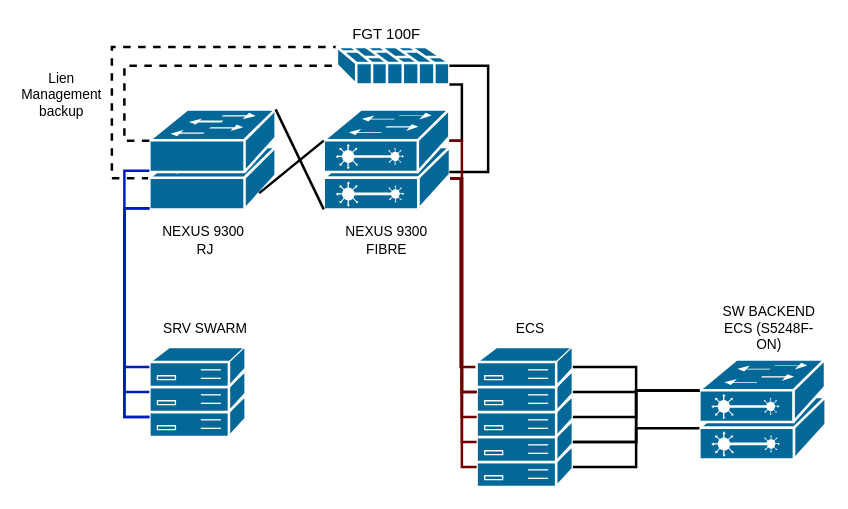
Above: schémabaiemarseille.drawio in titiuv24/diagrammes (draw.io), before the change. Source tidied: cells renumbered, new cells numbered last; positions are measured from the earlier drawing's top-left corner, leaving out a move shared by most shapes. Both pictures are drawn from the tidied source at 125%, with x=0, y=0 at pixel (24, 21).
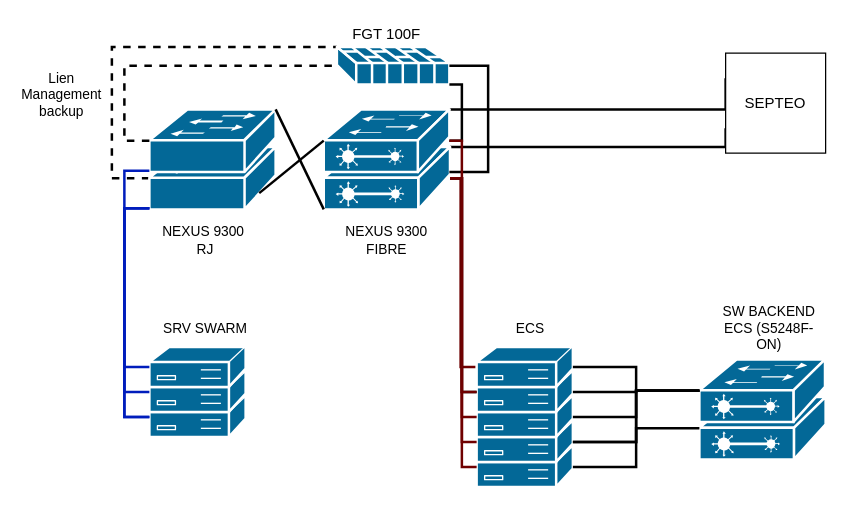
The same diagram, later.

Commit message:
Mettre à jour schémabaiemarseille.drawio

Unchanged cells that the change refers to:
```xml
<mxCell id="9" style="shape=mxgraph.cisco.switches.layer_2_remote_switch;sketch=0;html=1;dashed=0;fillColor=#036897;strokeColor=#ffffff;strokeWidth=2;verticalLabelPosition=bottom;verticalAlign=top;align=center;outlineConnect=0;" parent="1" vertex="1">
  <mxGeometry x="239.5" y="100" width="101" height="50" as="geometry" />
</mxCell>
<mxCell id="10" style="shape=mxgraph.cisco.switches.layer_2_remote_switch;sketch=0;html=1;dashed=0;fillColor=#036897;strokeColor=#ffffff;strokeWidth=2;verticalLabelPosition=bottom;verticalAlign=top;align=center;outlineConnect=0;" parent="1" vertex="1">
  <mxGeometry x="239.5" y="70" width="100.5" height="50" as="geometry" />
</mxCell>
```

Change to the diagram source:
```diff
@@
+    <mxCell id="46" style="edgeStyle=orthogonalEdgeStyle;shape=connector;rounded=0;jettySize=auto;html=1;exitX=1;exitY=0;exitDx=0;exitDy=0;exitPerimeter=0;entryX=0;entryY=0.75;entryDx=0;entryDy=0;strokeColor=light-dark(#000000,#00CC00);strokeWidth=2;align=center;verticalAlign=middle;fontFamily=Helvetica;fontSize=11;fontColor=default;labelBackgroundColor=default;endArrow=none;endFill=0;" parent="1" edge="1" source="9" target="48">
+      <mxGeometry relative="1" as="geometry">
+        <Array as="points">
+          <mxPoint x="561" y="100" />
+        </Array>
+      </mxGeometry>
+    </mxCell>
@@
+    <mxCell id="47" style="edgeStyle=orthogonalEdgeStyle;rounded=0;jettySize=auto;html=1;exitX=1;exitY=0;exitDx=0;exitDy=0;exitPerimeter=0;entryX=0;entryY=0.25;entryDx=0;entryDy=0;endArrow=none;endFill=0;strokeWidth=2;strokeColor=light-dark(#000000,#00CC00);" parent="1" edge="1" source="10" target="48">
+      <mxGeometry relative="1" as="geometry">
+        <Array as="points">
+          <mxPoint x="561" y="70" />
+        </Array>
+      </mxGeometry>
+    </mxCell>
@@
+    <mxCell id="48" value="SEPTEO" style="whiteSpace=wrap;html=1;" parent="1" vertex="1">
+      <mxGeometry x="561" y="25" width="80" height="80" as="geometry" />
+    </mxCell>
```
